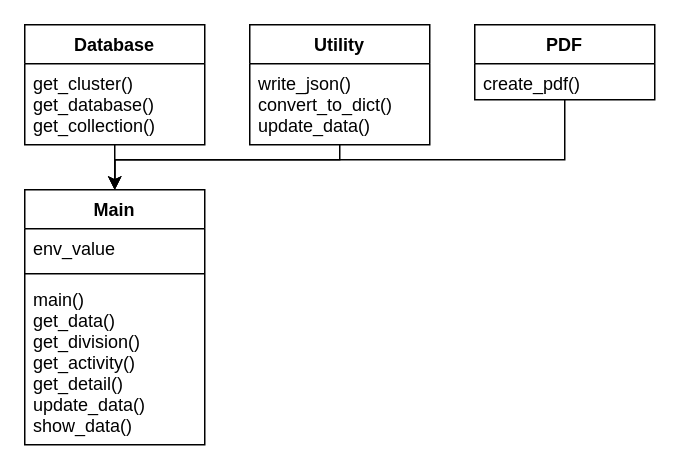
The draw.io diagram diagrams/api/main_class_Diagram.drawio in astrantialabs/finance-recap, before the edit. Source tidied: cells renumbered, new cells numbered last; positions are measured from the earlier drawing's top-left corner, leaving out a move shared by most shapes. Both pictures are drawn from the tidied source at 150%, with x=0, y=0 at pixel (24, 24).
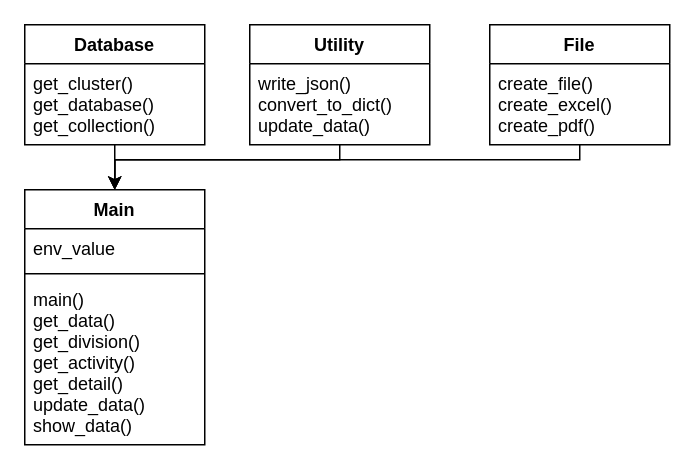
The same page after the edit.

Diff of the diagram source:
```diff
@@
 <mxGraphModel>
   <root>
     <mxCell id="0" />
     <mxCell id="1" parent="0" />
     <mxCell id="2" style="edgeStyle=orthogonalEdgeStyle;rounded=0;jettySize=auto;html=1;entryX=0.5;entryY=0;entryDx=0;entryDy=0;" parent="1" edge="1" source="3" target="8">
       <mxGeometry relative="1" as="geometry" />
     </mxCell>
     <mxCell id="3" value="Database" style="swimlane;fontStyle=1;align=center;verticalAlign=top;horizontal=1;startSize=26;" parent="1" vertex="1">
       <mxGeometry width="120" height="80" as="geometry" />
     </mxCell>
     <mxCell id="4" value="get_cluster()&#10;get_database()&#10;get_collection()&#10;" style="text;strokeColor=none;fillColor=none;align=left;verticalAlign=top;spacingLeft=4;spacingRight=4;overflow=hidden;" parent="3" vertex="1">
       <mxGeometry y="26" width="120" height="54" as="geometry" />
     </mxCell>
     <mxCell id="5" style="edgeStyle=orthogonalEdgeStyle;rounded=0;jettySize=auto;html=1;entryX=0.5;entryY=0;entryDx=0;entryDy=0;" parent="1" edge="1" source="6" target="8">
       <mxGeometry relative="1" as="geometry">
         <Array as="points">
           <mxPoint x="210" y="90" />
           <mxPoint x="60" y="90" />
         </Array>
       </mxGeometry>
     </mxCell>
     <mxCell id="6" value="Utility" style="swimlane;fontStyle=1;align=center;verticalAlign=top;horizontal=1;startSize=26;" parent="1" vertex="1">
       <mxGeometry x="150" width="120" height="80" as="geometry" />
     </mxCell>
     <mxCell id="7" value="write_json()&#10;convert_to_dict()&#10;update_data()" style="text;strokeColor=none;fillColor=none;align=left;verticalAlign=top;spacingLeft=4;spacingRight=4;overflow=hidden;" parent="6" vertex="1">
       <mxGeometry y="26" width="120" height="54" as="geometry" />
     </mxCell>
     <mxCell id="8" value="Main" style="swimlane;fontStyle=1;align=center;verticalAlign=top;horizontal=1;startSize=26;strokeColor=#000000;" parent="1" vertex="1">
       <mxGeometry y="110" width="120" height="170" as="geometry" />
     </mxCell>
     <mxCell id="9" value="env_value" style="text;strokeColor=none;fillColor=none;align=left;verticalAlign=top;spacingLeft=4;spacingRight=4;overflow=hidden;" parent="8" vertex="1">
       <mxGeometry y="26" width="120" height="26" as="geometry" />
     </mxCell>
     <mxCell id="10" style="line;strokeWidth=1;fillColor=none;align=left;verticalAlign=middle;spacingTop=-1;spacingLeft=3;spacingRight=3;labelPosition=right;" parent="8" vertex="1">
       <mxGeometry y="52" width="120" height="8" as="geometry" />
     </mxCell>
     <mxCell id="11" value="main()&#10;get_data()&#10;get_division()&#10;get_activity()&#10;get_detail()&#10;update_data()&#10;show_data()" style="text;strokeColor=none;fillColor=none;align=left;verticalAlign=top;spacingLeft=4;spacingRight=4;overflow=hidden;" parent="8" vertex="1">
       <mxGeometry y="60" width="120" height="110" as="geometry" />
     </mxCell>
-    <mxCell id="12" style="edgeStyle=orthogonalEdgeStyle;rounded=0;jettySize=auto;html=1;entryX=0.5;entryY=0;entryDx=0;entryDy=0;" parent="1" edge="1" source="13" target="8">
-      <mxGeometry relative="1" as="geometry">
-        <Array as="points">
-          <mxPoint x="360" y="90" />
-          <mxPoint x="60" y="90" />
-        </Array>
-      </mxGeometry>
-    </mxCell>
-    <mxCell id="13" value="PDF" style="swimlane;fontStyle=1;align=center;verticalAlign=top;horizontal=1;startSize=26;" parent="1" vertex="1">
-      <mxGeometry x="300" width="120" height="50" as="geometry" />
-    </mxCell>
-    <mxCell id="14" value="create_pdf()" style="text;strokeColor=none;fillColor=none;align=left;verticalAlign=top;spacingLeft=4;spacingRight=4;overflow=hidden;" parent="13" vertex="1">
-      <mxGeometry y="26" width="120" height="24" as="geometry" />
-    </mxCell>
+    <mxCell id="15" style="edgeStyle=orthogonalEdgeStyle;rounded=0;jettySize=auto;html=1;entryX=0.5;entryY=0;entryDx=0;entryDy=0;" parent="1" edge="1" source="16" target="8">
+      <mxGeometry relative="1" as="geometry">
+        <Array as="points">
+          <mxPoint x="370" y="90" />
+          <mxPoint x="60" y="90" />
+        </Array>
+      </mxGeometry>
+    </mxCell>
+    <mxCell id="16" value="File" style="swimlane;fontStyle=1;align=center;verticalAlign=top;horizontal=1;startSize=26;" parent="1" vertex="1">
+      <mxGeometry x="310" width="120" height="80" as="geometry" />
+    </mxCell>
+    <mxCell id="17" value="create_file()&#10;create_excel()&#10;create_pdf()" style="text;strokeColor=none;fillColor=none;align=left;verticalAlign=top;spacingLeft=4;spacingRight=4;overflow=hidden;" parent="16" vertex="1">
+      <mxGeometry y="26" width="120" height="54" as="geometry" />
+    </mxCell>
   </root>
 </mxGraphModel>
```
